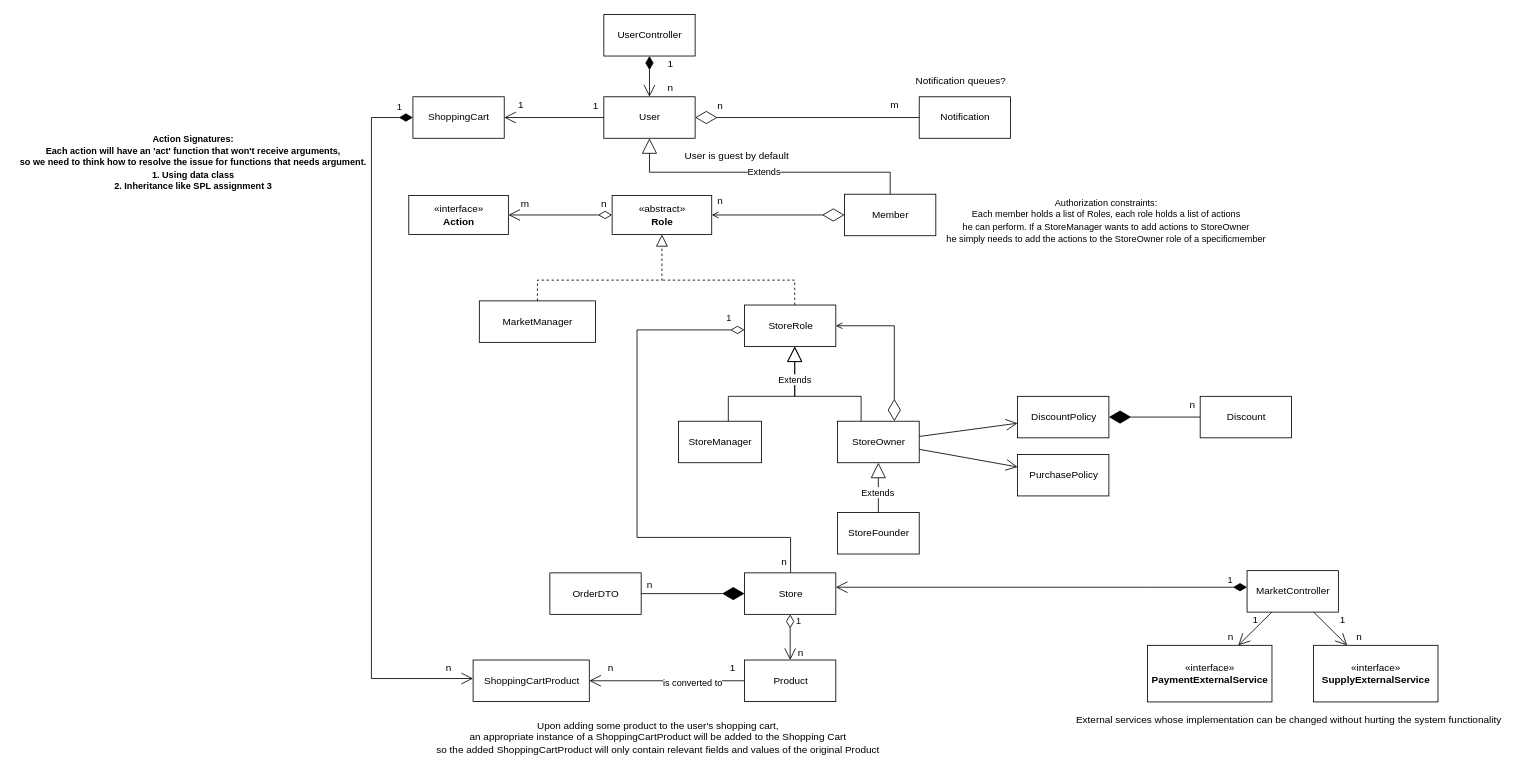
This is page "White Diagram" (1 of 2) of Workshop.drawio from itaitzruia4/Workshop, a draw.io file, before an edit. Source tidied: cells renumbered, new cells numbered last; positions are measured from the earlier drawing's top-left corner, leaving out a move shared by most shapes. Both pictures are drawn from the tidied source at 83%, with x=0, y=0 at pixel (14, 14).
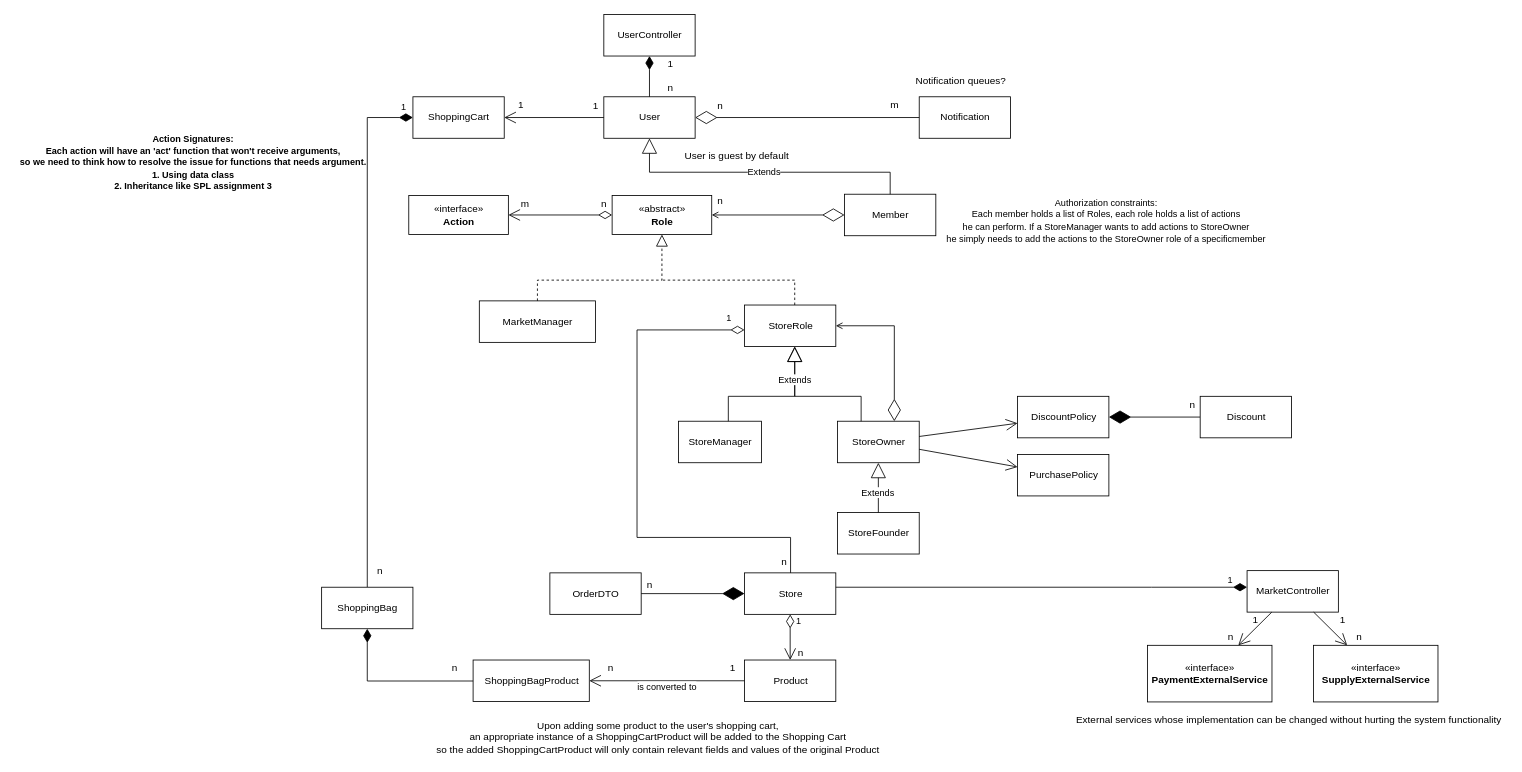
After the change.

Commit message:
added shopping bag class according to constraint 7

The change refers to these unchanged cells:
```xml
<mxCell id="5" value="UserController" style="html=1;" parent="1" vertex="1">
  <mxGeometry x="710" width="110" height="50" as="geometry" />
</mxCell>
<mxCell id="6" value="MarketController" style="html=1;" parent="1" vertex="1">
  <mxGeometry x="1485" y="670" width="110" height="50" as="geometry" />
</mxCell>
<mxCell id="8" value="User" style="html=1;" parent="1" vertex="1">
  <mxGeometry x="710" y="99.1" width="110" height="50" as="geometry" />
</mxCell>
<mxCell id="24" value="ShoppingCart" style="html=1;" parent="1" vertex="1">
  <mxGeometry x="480" y="99.1" width="110" height="50" as="geometry" />
</mxCell>
<mxCell id="28" value="Store" style="html=1;" parent="1" vertex="1">
  <mxGeometry x="879.5" y="672.7" width="110" height="50" as="geometry" />
</mxCell>
<mxCell id="38" style="endArrow=open;endFill=1;endSize=12;html=1;rounded=0;" parent="1" edge="1" source="29" target="37">
  <mxGeometry relative="1" as="geometry" />
</mxCell>
```

What changed in the source:
```diff
@@
-    <mxCell id="32" value="1" style="endArrow=open;html=1;endSize=12;startArrow=diamondThin;startSize=14;startFill=1;edgeStyle=orthogonalEdgeStyle;align=left;verticalAlign=bottom;rounded=0;" parent="1" edge="1" source="6" target="28">
+    <mxCell id="32" value="1" style="endArrow=none;html=1;endSize=12;startArrow=diamondThin;startSize=14;startFill=1;edgeStyle=orthogonalEdgeStyle;align=left;verticalAlign=bottom;rounded=0;endFill=0;" parent="1" edge="1" source="6" target="28">
       <mxGeometry x="-0.9" relative="1" as="geometry">
         <Array as="points">
           <mxPoint x="1370" y="690" />
           <mxPoint x="1370" y="690" />
         </Array>
       </mxGeometry>
     </mxCell>
@@
-    <mxCell id="34" value="1" style="endArrow=open;html=1;endSize=12;startArrow=diamondThin;startSize=14;startFill=1;edgeStyle=orthogonalEdgeStyle;align=left;verticalAlign=bottom;rounded=0;" parent="1" edge="1" source="24" target="37">
+    <mxCell id="34" value="1" style="endArrow=none;html=1;endSize=12;startArrow=diamondThin;startSize=14;startFill=1;edgeStyle=orthogonalEdgeStyle;align=left;verticalAlign=bottom;rounded=0;endFill=0;" parent="1" edge="1" source="24" target="75">
       <mxGeometry x="-0.95" y="-4" relative="1" as="geometry">
         <Array as="points">
-          <mxPoint x="430" y="124" />
-          <mxPoint x="430" y="800" />
+          <mxPoint x="425" y="124" />
         </Array>
       </mxGeometry>
     </mxCell>
     <mxCell id="35" value="n" style="text;html=1;align=center;verticalAlign=middle;strokeColor=none;fillColor=none;" parent="1" vertex="1">
-      <mxGeometry x="512.5" y="777.7" width="20" height="20" as="geometry" />
+      <mxGeometry x="430" y="660" width="20" height="20" as="geometry" />
     </mxCell>
-    <mxCell id="36" style="endArrow=open;html=1;endSize=12;startArrow=diamondThin;startSize=14;startFill=1;edgeStyle=orthogonalEdgeStyle;align=left;verticalAlign=bottom;rounded=0;" parent="1" edge="1" source="5" target="8">
+    <mxCell id="36" style="endArrow=none;html=1;endSize=12;startArrow=diamondThin;startSize=14;startFill=1;edgeStyle=orthogonalEdgeStyle;align=left;verticalAlign=bottom;rounded=0;endFill=0;" parent="1" edge="1" source="5" target="8">
       <mxGeometry x="-1" y="165" relative="1" as="geometry">
         <mxPoint y="-10" as="offset" />
       </mxGeometry>
     </mxCell>
-    <mxCell id="37" value="ShoppingCartProduct" style="html=1;" parent="1" vertex="1">
+    <mxCell id="37" value="ShoppingBagProduct" style="html=1;" parent="1" vertex="1">
       <mxGeometry x="552.5" y="777.7" width="140" height="50" as="geometry" />
     </mxCell>
@@
     <mxCell id="39" value="is converted to" style="edgeLabel;html=1;align=center;verticalAlign=middle;" parent="38" vertex="1">
       <mxGeometry x="-0.18" y="1" relative="1" as="geometry">
-        <mxPoint x="14" y="1" as="offset" />
+        <mxPoint x="-17" y="6" as="offset" />
       </mxGeometry>
     </mxCell>
@@
+    <mxCell id="75" value="ShoppingBag" style="html=1;" parent="1" vertex="1">
+      <mxGeometry x="370" y="690" width="110" height="50" as="geometry" />
+    </mxCell>
+    <mxCell id="76" style="endArrow=none;html=1;endSize=12;startArrow=diamondThin;startSize=14;startFill=1;edgeStyle=orthogonalEdgeStyle;align=left;verticalAlign=bottom;rounded=0;endFill=0;" parent="1" edge="1" source="75" target="37">
+      <mxGeometry x="-0.58" y="-25" relative="1" as="geometry">
+        <Array as="points">
+          <mxPoint x="425" y="803" />
+        </Array>
+      </mxGeometry>
+    </mxCell>
+    <mxCell id="77" value="n" style="text;html=1;align=center;verticalAlign=middle;strokeColor=none;fillColor=none;" parent="1" vertex="1">
+      <mxGeometry x="520" y="777.7" width="20" height="20" as="geometry" />
+    </mxCell>
```
